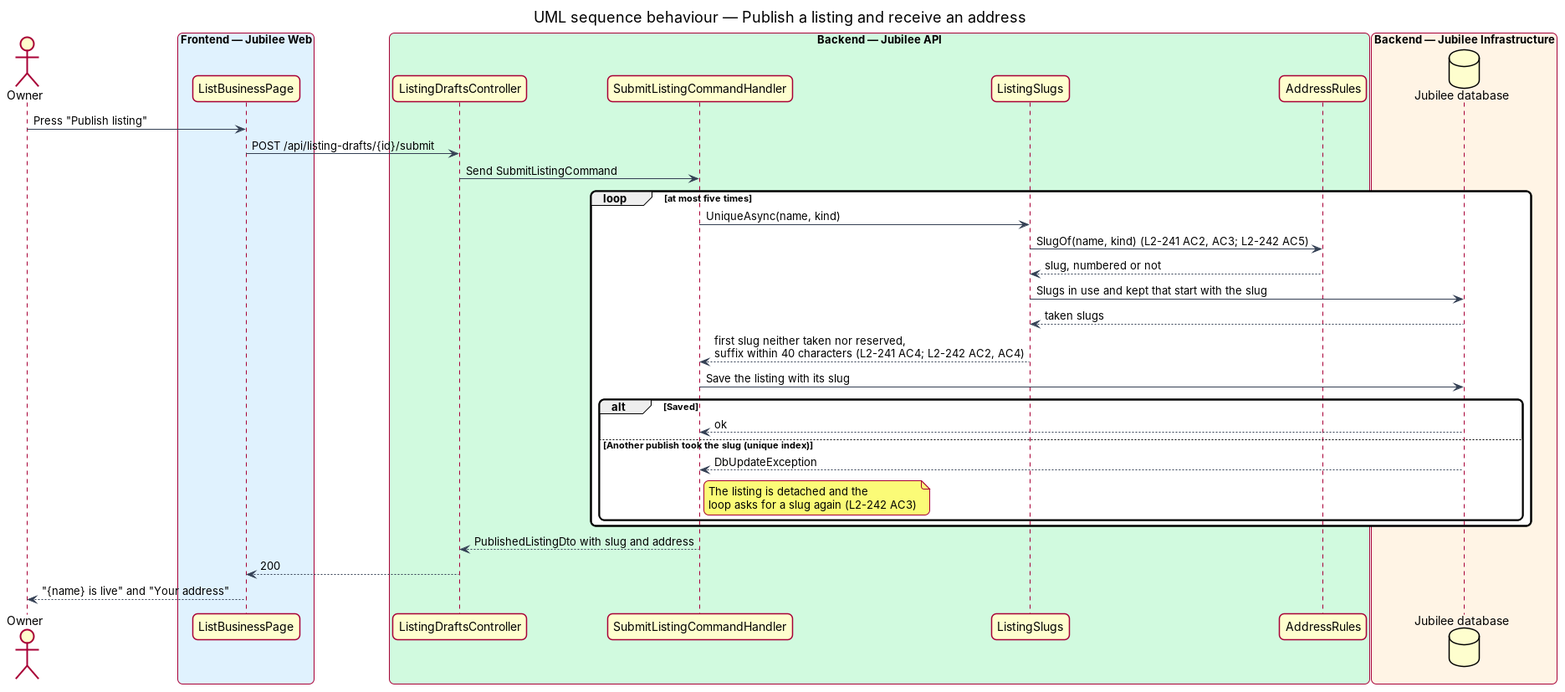
This is docs/detailed-designs/listings/give-listing-an-address/diagrams/sequence-publish-listing.png from QuinntyneBrown/jubilee, a PlantUML export, as it was before one commit. Its source is kept beside it as docs/detailed-designs/listings/give-listing-an-address/diagrams/sequence-publish-listing.puml. Its diagram source:
```plantuml
@startuml
title UML sequence behaviour — Publish a listing and receive an address
skinparam backgroundColor #FFFFFF
skinparam shadowing false
skinparam roundcorner 12
skinparam defaultFontName Arial
skinparam ArrowColor #344054
skinparam rectangle {
  BorderColor #344054
  FontColor #101828
}
skinparam package {
  BorderColor #667085
  FontColor #101828
  BackgroundColor #F9FAFB
}
actor "Owner" as owner
box "Frontend — Jubilee Web" #E0F2FE
  participant "ListBusinessPage" as page
end box
box "Backend — Jubilee API" #D1FADF
  participant "ListingDraftsController" as controller
  participant "SubmitListingCommandHandler" as handler
  participant "ListingSlugs" as slugs
  participant "AddressRules" as rules
end box
box "Backend — Jubilee Infrastructure" #FFF4E5
  database "Jubilee database" as db
end box
owner -> page : Press "Publish listing"
page -> controller : POST /api/listing-drafts/{id}/submit
controller -> handler : Send SubmitListingCommand
loop at most five times
  handler -> slugs : UniqueAsync(name, kind)
  slugs -> rules : SlugOf(name, kind) (L2-241 AC2, AC3; L2-242 AC5)
  rules --> slugs : slug, numbered or not
  slugs -> db : Slugs in use and kept that start with the slug
  db --> slugs : taken slugs
  slugs --> handler : first slug neither taken nor reserved,\nsuffix within 40 characters (L2-241 AC4; L2-242 AC2, AC4)
  handler -> db : Save the listing with its slug
  alt Saved
    db --> handler : ok
  else Another publish took the slug (unique index)
    db --> handler : DbUpdateException
    note right of handler : The listing is detached and the\nloop asks for a slug again (L2-242 AC3)
  end
end
handler --> controller : PublishedListingDto with slug and address
controller --> page : 200
page --> owner : "{name} is live" and "Your address"
@enduml
```
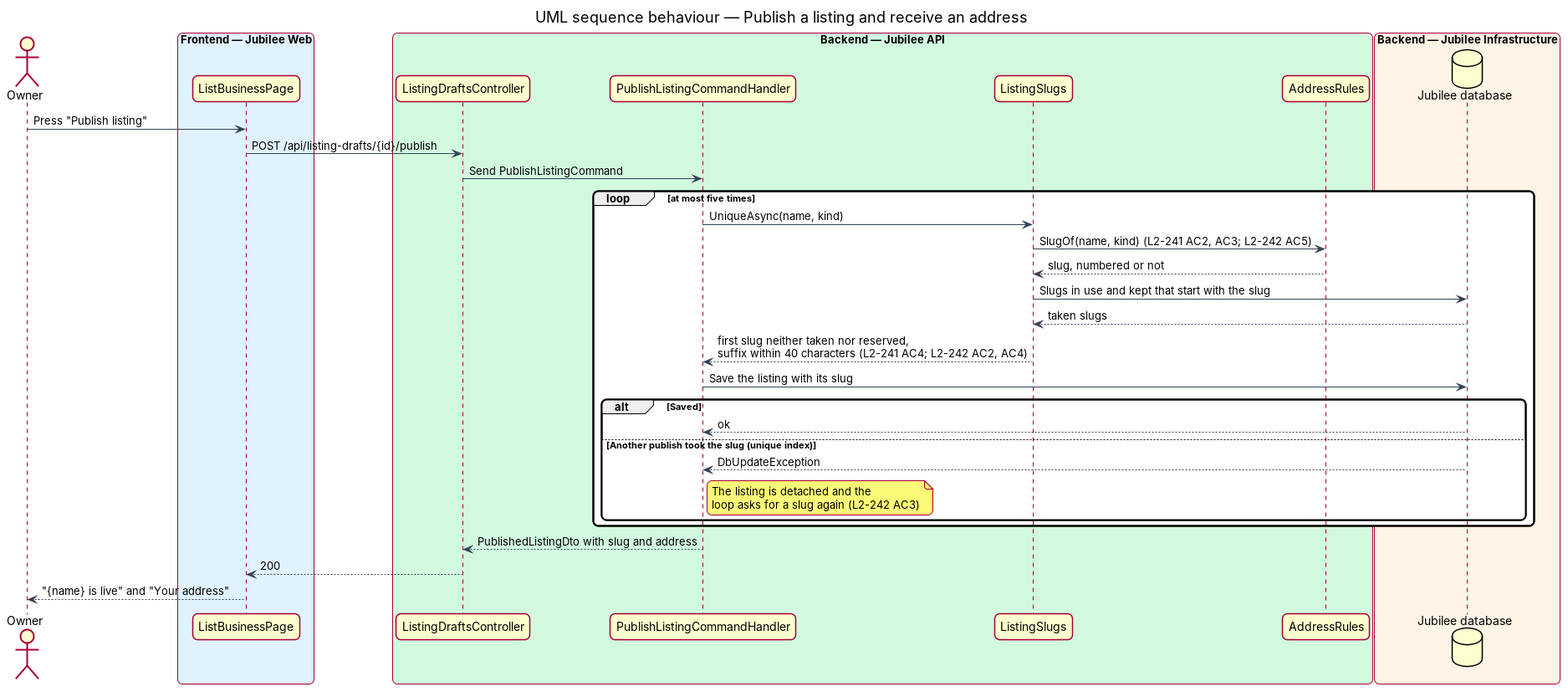
Later version of the same file.

The edit, as a diff of the source:
```diff
@@ -20,7 +20,7 @@
 end box
 box "Backend — Jubilee API" #D1FADF
   participant "ListingDraftsController" as controller
-  participant "SubmitListingCommandHandler" as handler
+  participant "PublishListingCommandHandler" as handler
   participant "ListingSlugs" as slugs
   participant "AddressRules" as rules
 end box
@@ -28,8 +28,8 @@
   database "Jubilee database" as db
 end box
 owner -> page : Press "Publish listing"
-page -> controller : POST /api/listing-drafts/{id}/submit
-controller -> handler : Send SubmitListingCommand
+page -> controller : POST /api/listing-drafts/{id}/publish
+controller -> handler : Send PublishListingCommand
 loop at most five times
   handler -> slugs : UniqueAsync(name, kind)
   slugs -> rules : SlugOf(name, kind) (L2-241 AC2, AC3; L2-242 AC5)
```
